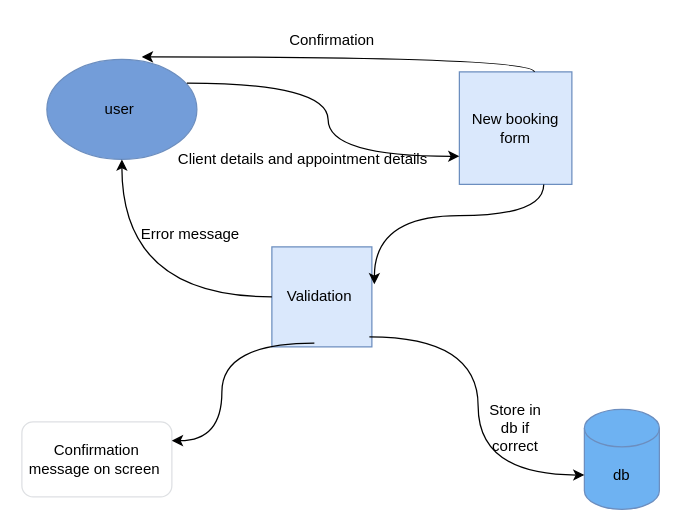
This is newbkng data flow.drawio from B34427/ComputingProject, a draw.io file, before an edit. Source tidied: cells renumbered, new cells numbered last; positions are measured from the earlier drawing's top-left corner, leaving out a move shared by most shapes. Both pictures are drawn from the tidied source at 125%, with x=0, y=0 at pixel (21, 21).
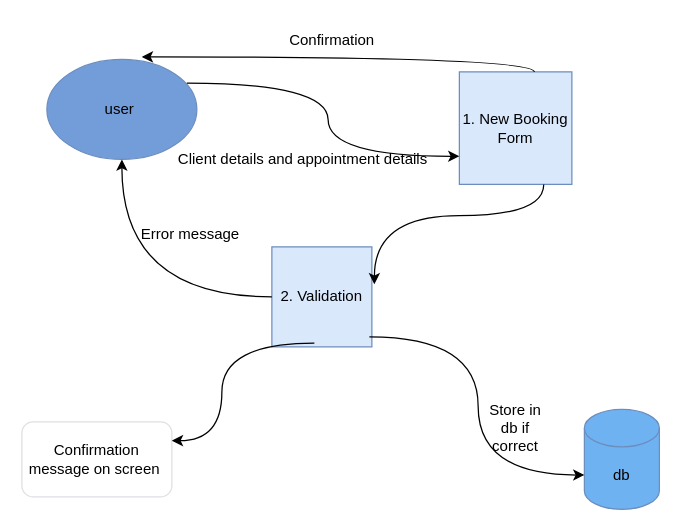
The same page after the edit.

Diff of the diagram source:
```diff
@@
 <mxGraphModel>
   <root>
     <mxCell id="0" />
     <mxCell id="1" parent="0" />
-    <mxCell id="2" value="New booking form" style="whiteSpace=wrap;html=1;fillColor=#dae8fc;strokeColor=#6c8ebf;" parent="1" vertex="1">
+    <mxCell id="2" value="1. New Booking Form" style="whiteSpace=wrap;html=1;fillColor=#dae8fc;strokeColor=#6c8ebf;" parent="1" vertex="1">
       <mxGeometry x="350" y="40" width="90" height="90" as="geometry" />
     </mxCell>
-    <mxCell id="3" value="Validation&amp;nbsp;" style="whiteSpace=wrap;html=1;fillColor=#dae8fc;strokeColor=#6c8ebf;" parent="1" vertex="1">
+    <mxCell id="3" value="2. Validation" style="whiteSpace=wrap;html=1;fillColor=#dae8fc;strokeColor=#6c8ebf;" parent="1" vertex="1">
       <mxGeometry x="200" y="180" width="80" height="80" as="geometry" />
     </mxCell>
     <mxCell id="4" value="db" style="shape=cylinder3;whiteSpace=wrap;html=1;boundedLbl=1;backgroundOutline=1;size=15;fillColor=light-dark(#6eb2f2, #1d293b);strokeColor=#6c8ebf;" parent="1" vertex="1">
       <mxGeometry x="450" y="310" width="60" height="80" as="geometry" />
     </mxCell>
     <mxCell id="5" value="user&amp;nbsp;" style="ellipse;whiteSpace=wrap;html=1;fillColor=light-dark(#739dd9, #1d293b);strokeColor=#6c8ebf;" parent="1" vertex="1">
       <mxGeometry x="20" y="30" width="120" height="80" as="geometry" />
     </mxCell>
     <mxCell id="6" style="curved=1;endArrow=classic;html=1;rounded=0;exitX=0.933;exitY=0.238;exitDx=0;exitDy=0;exitPerimeter=0;edgeStyle=orthogonalEdgeStyle;entryX=0;entryY=0.75;entryDx=0;entryDy=0;" parent="1" edge="1" source="5" target="2">
       <mxGeometry relative="1" as="geometry" />
     </mxCell>
     <mxCell id="7" style="curved=1;endArrow=classic;html=1;rounded=0;exitX=0.75;exitY=1;exitDx=0;exitDy=0;entryX=1.025;entryY=0.375;entryDx=0;entryDy=0;entryPerimeter=0;edgeStyle=orthogonalEdgeStyle;" parent="1" edge="1" source="2" target="3">
       <mxGeometry relative="1" as="geometry" />
     </mxCell>
     <mxCell id="8" style="endArrow=classic;html=1;rounded=0;entryX=0;entryY=0;entryDx=0;entryDy=52.5;entryPerimeter=0;exitX=0.975;exitY=0.9;exitDx=0;exitDy=0;exitPerimeter=0;edgeStyle=orthogonalEdgeStyle;elbow=vertical;curved=1;" parent="1" edge="1" source="3" target="4">
       <mxGeometry relative="1" as="geometry" />
     </mxCell>
     <mxCell id="9" style="curved=1;endArrow=classic;html=1;rounded=0;exitX=0.667;exitY=0;exitDx=0;exitDy=0;exitPerimeter=0;entryX=0.633;entryY=-0.025;entryDx=0;entryDy=0;entryPerimeter=0;edgeStyle=orthogonalEdgeStyle;" parent="1" edge="1" source="2" target="5">
       <mxGeometry relative="1" as="geometry" />
     </mxCell>
     <mxCell id="10" value="Confirmation message on screen&amp;nbsp;" style="rounded=1;whiteSpace=wrap;html=1;fillColor=#FFFFFF;strokeColor=light-dark(#dee0e3, #5c79a3);" parent="1" vertex="1">
       <mxGeometry y="320" width="120" height="60" as="geometry" />
     </mxCell>
     <mxCell id="11" style="curved=1;endArrow=classic;html=1;rounded=0;entryX=1;entryY=0.25;entryDx=0;entryDy=0;exitX=0.425;exitY=0.963;exitDx=0;exitDy=0;exitPerimeter=0;edgeStyle=orthogonalEdgeStyle;" parent="1" edge="1" source="3" target="10">
       <mxGeometry relative="1" as="geometry" />
     </mxCell>
     <mxCell id="12" value="Client details and appointment details" style="text;html=1;align=center;verticalAlign=middle;whiteSpace=wrap;rounded=0;" parent="1" vertex="1">
       <mxGeometry x="120" y="90" width="210" height="40" as="geometry" />
     </mxCell>
     <mxCell id="13" value="Confirmation&amp;nbsp;" style="text;html=1;align=center;verticalAlign=middle;whiteSpace=wrap;rounded=0;" parent="1" vertex="1">
       <mxGeometry x="220" width="60" height="30" as="geometry" />
     </mxCell>
     <mxCell id="14" style="curved=1;endArrow=classic;html=1;rounded=0;exitX=0;exitY=0.5;exitDx=0;exitDy=0;edgeStyle=orthogonalEdgeStyle;" parent="1" edge="1" source="3" target="5">
       <mxGeometry relative="1" as="geometry" />
     </mxCell>
     <mxCell id="15" value="Error message" style="text;html=1;align=center;verticalAlign=middle;whiteSpace=wrap;rounded=0;" parent="1" vertex="1">
       <mxGeometry x="90" y="150" width="90" height="40" as="geometry" />
     </mxCell>
     <mxCell id="16" value="Store in db if correct" style="text;html=1;align=center;verticalAlign=middle;whiteSpace=wrap;rounded=0;" parent="1" vertex="1">
       <mxGeometry x="365" y="310" width="60" height="30" as="geometry" />
     </mxCell>
   </root>
 </mxGraphModel>
```
